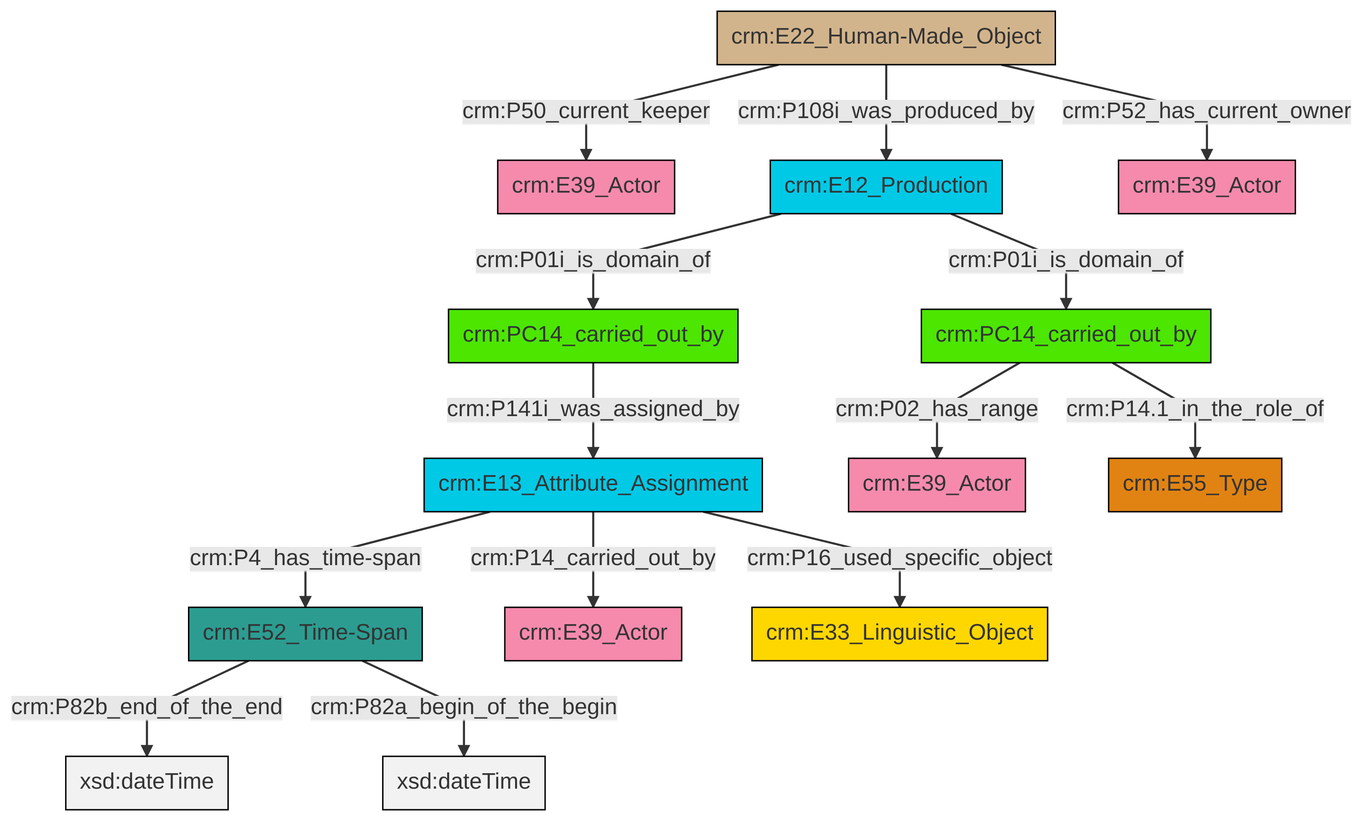
This is et/carrierCSV/ttl/mmd/png/carrier_relations.png from swiss-art-research-net/docs.swissartresearch, a Mermaid export, as it was before one commit. Its source is kept beside it as et/carrierCSV/ttl/mmd/carrier_relations.ttl.mmd. Its diagram source:
```mermaid
graph TD
classDef Literal fill:#f2f2f2,stroke:#000000;
classDef CRM_Entity fill:#FFFFFF,stroke:#000000;
classDef Temporal_Entity fill:#00C9E6, stroke:#000000;
classDef Type fill:#E18312, stroke:#000000;
classDef Time-Span fill:#2C9C91, stroke:#000000;
classDef Appellation fill:#FFEB7F, stroke:#000000;
classDef Place fill:#008836, stroke:#000000;
classDef Persistent_Item fill:#B266B2, stroke:#000000;
classDef Conceptual_Object fill:#FFD700, stroke:#000000;
classDef Physical_Thing fill:#D2B48C, stroke:#000000;
classDef Actor fill:#f58aad, stroke:#000000;
classDef PC_Classes fill:#4ce600, stroke:#000000;
classDef Multi fill:#cccccc,stroke:#000000;

0["crm:E52_Time-Span"]:::Time-Span -->|crm:P82b_end_of_the_end| 1[xsd:dateTime]:::Literal
5["crm:E22_Human-Made_Object"]:::Physical_Thing -->|crm:P50_current_keeper| 6["crm:E39_Actor"]:::Actor
2["crm:PC14_carried_out_by"]:::PC_Classes -->|crm:P141i_was_assigned_by| 7["crm:E13_Attribute_Assignment"]:::Temporal_Entity
5["crm:E22_Human-Made_Object"]:::Physical_Thing -->|crm:P108i_was_produced_by| 8["crm:E12_Production"]:::Temporal_Entity
8["crm:E12_Production"]:::Temporal_Entity -->|crm:P01i_is_domain_of| 2["crm:PC14_carried_out_by"]:::PC_Classes
5["crm:E22_Human-Made_Object"]:::Physical_Thing -->|crm:P52_has_current_owner| 14["crm:E39_Actor"]:::Actor
15["crm:PC14_carried_out_by"]:::PC_Classes -->|crm:P02_has_range| 10["crm:E39_Actor"]:::Actor
7["crm:E13_Attribute_Assignment"]:::Temporal_Entity -->|crm:P4_has_time-span| 0["crm:E52_Time-Span"]:::Time-Span
0["crm:E52_Time-Span"]:::Time-Span -->|crm:P82a_begin_of_the_begin| 16[xsd:dateTime]:::Literal
7["crm:E13_Attribute_Assignment"]:::Temporal_Entity -->|crm:P14_carried_out_by| 12["crm:E39_Actor"]:::Actor
15["crm:PC14_carried_out_by"]:::PC_Classes -->|crm:P14.1_in_the_role_of| 17["crm:E55_Type"]:::Type
8["crm:E12_Production"]:::Temporal_Entity -->|crm:P01i_is_domain_of| 15["crm:PC14_carried_out_by"]:::PC_Classes
7["crm:E13_Attribute_Assignment"]:::Temporal_Entity -->|crm:P16_used_specific_object| 21["crm:E33_Linguistic_Object"]:::Conceptual_Object
```
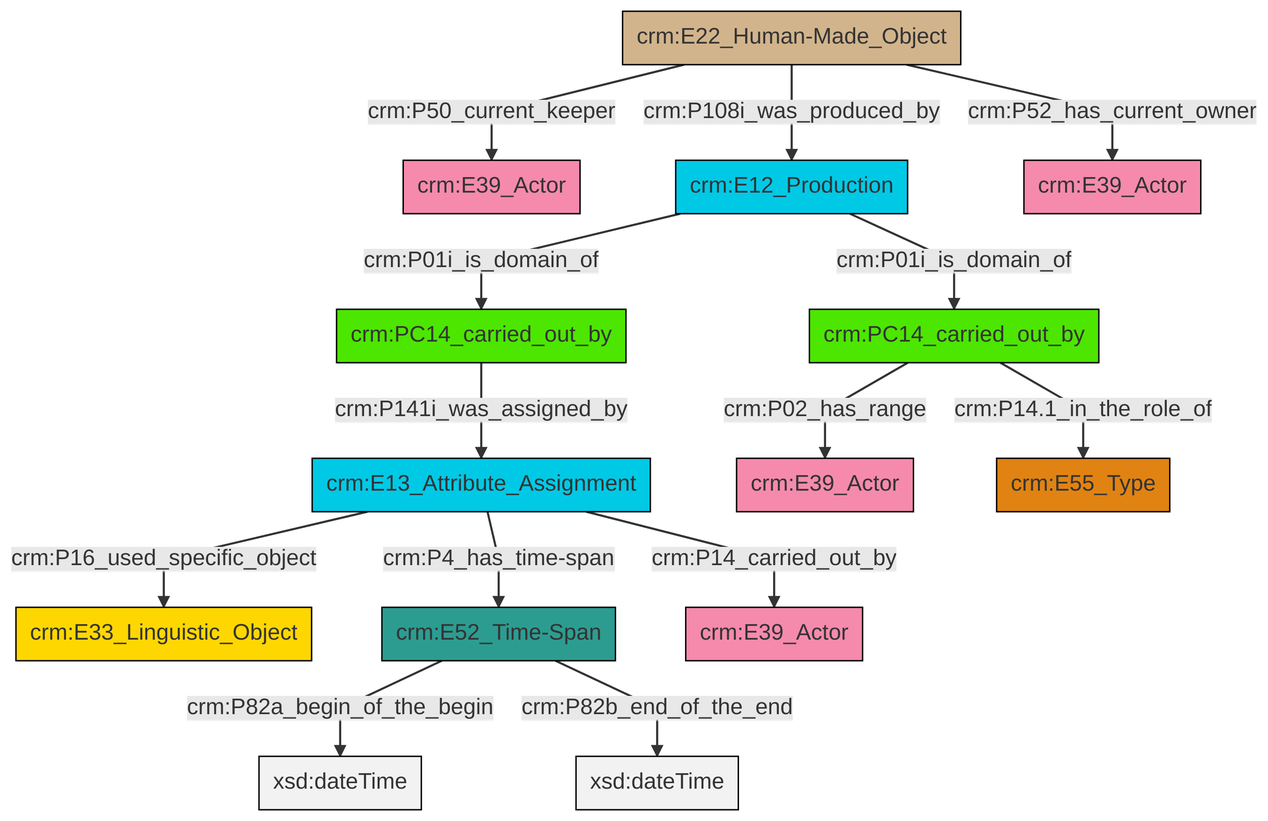
Above is the later version.

Change to the diagram source:
```diff
@@ -13,16 +13,16 @@
 classDef PC_Classes fill:#4ce600, stroke:#000000;
 classDef Multi fill:#cccccc,stroke:#000000;
 
-0["crm:E52_Time-Span"]:::Time-Span -->|crm:P82b_end_of_the_end| 1[xsd:dateTime]:::Literal
-5["crm:E22_Human-Made_Object"]:::Physical_Thing -->|crm:P50_current_keeper| 6["crm:E39_Actor"]:::Actor
-2["crm:PC14_carried_out_by"]:::PC_Classes -->|crm:P141i_was_assigned_by| 7["crm:E13_Attribute_Assignment"]:::Temporal_Entity
-5["crm:E22_Human-Made_Object"]:::Physical_Thing -->|crm:P108i_was_produced_by| 8["crm:E12_Production"]:::Temporal_Entity
-8["crm:E12_Production"]:::Temporal_Entity -->|crm:P01i_is_domain_of| 2["crm:PC14_carried_out_by"]:::PC_Classes
-5["crm:E22_Human-Made_Object"]:::Physical_Thing -->|crm:P52_has_current_owner| 14["crm:E39_Actor"]:::Actor
-15["crm:PC14_carried_out_by"]:::PC_Classes -->|crm:P02_has_range| 10["crm:E39_Actor"]:::Actor
-7["crm:E13_Attribute_Assignment"]:::Temporal_Entity -->|crm:P4_has_time-span| 0["crm:E52_Time-Span"]:::Time-Span
-0["crm:E52_Time-Span"]:::Time-Span -->|crm:P82a_begin_of_the_begin| 16[xsd:dateTime]:::Literal
-7["crm:E13_Attribute_Assignment"]:::Temporal_Entity -->|crm:P14_carried_out_by| 12["crm:E39_Actor"]:::Actor
-15["crm:PC14_carried_out_by"]:::PC_Classes -->|crm:P14.1_in_the_role_of| 17["crm:E55_Type"]:::Type
-8["crm:E12_Production"]:::Temporal_Entity -->|crm:P01i_is_domain_of| 15["crm:PC14_carried_out_by"]:::PC_Classes
-7["crm:E13_Attribute_Assignment"]:::Temporal_Entity -->|crm:P16_used_specific_object| 21["crm:E33_Linguistic_Object"]:::Conceptual_Object
+0["crm:E22_Human-Made_Object"]:::Physical_Thing -->|crm:P50_current_keeper| 1["crm:E39_Actor"]:::Actor
+4["crm:E12_Production"]:::Temporal_Entity -->|crm:P01i_is_domain_of| 5["crm:PC14_carried_out_by"]:::PC_Classes
+6["crm:E13_Attribute_Assignment"]:::Temporal_Entity -->|crm:P16_used_specific_object| 2["crm:E33_Linguistic_Object"]:::Conceptual_Object
+7["crm:E52_Time-Span"]:::Time-Span -->|crm:P82a_begin_of_the_begin| 8[xsd:dateTime]:::Literal
+0["crm:E22_Human-Made_Object"]:::Physical_Thing -->|crm:P108i_was_produced_by| 4["crm:E12_Production"]:::Temporal_Entity
+6["crm:E13_Attribute_Assignment"]:::Temporal_Entity -->|crm:P4_has_time-span| 7["crm:E52_Time-Span"]:::Time-Span
+19["crm:PC14_carried_out_by"]:::PC_Classes -->|crm:P14.1_in_the_role_of| 15["crm:E55_Type"]:::Type
+0["crm:E22_Human-Made_Object"]:::Physical_Thing -->|crm:P52_has_current_owner| 20["crm:E39_Actor"]:::Actor
+19["crm:PC14_carried_out_by"]:::PC_Classes -->|crm:P02_has_range| 11["crm:E39_Actor"]:::Actor
+4["crm:E12_Production"]:::Temporal_Entity -->|crm:P01i_is_domain_of| 19["crm:PC14_carried_out_by"]:::PC_Classes
+5["crm:PC14_carried_out_by"]:::PC_Classes -->|crm:P141i_was_assigned_by| 6["crm:E13_Attribute_Assignment"]:::Temporal_Entity
+7["crm:E52_Time-Span"]:::Time-Span -->|crm:P82b_end_of_the_end| 24[xsd:dateTime]:::Literal
+6["crm:E13_Attribute_Assignment"]:::Temporal_Entity -->|crm:P14_carried_out_by| 17["crm:E39_Actor"]:::Actor
```
